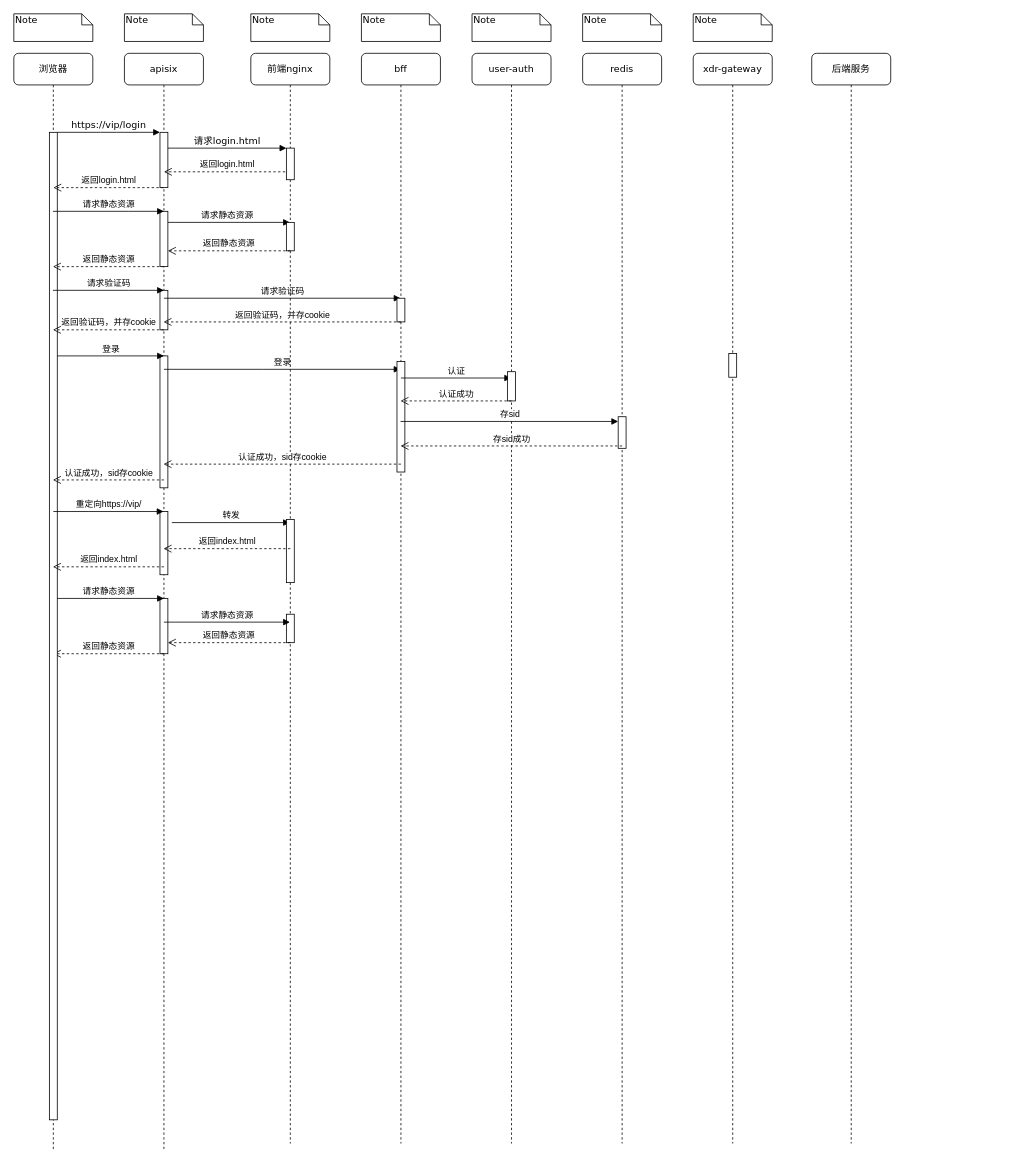
Above: sxf-front-end-optimize-publish/分布式前端调用链路.drawio in doukangtai/draw.io (draw.io), before the change. Source tidied: cells renumbered, new cells numbered last; positions are measured from the earlier drawing's top-left corner, leaving out a move shared by most shapes. Both pictures are drawn from the tidied source at 79%, with x=0, y=0 at pixel (13, 13).
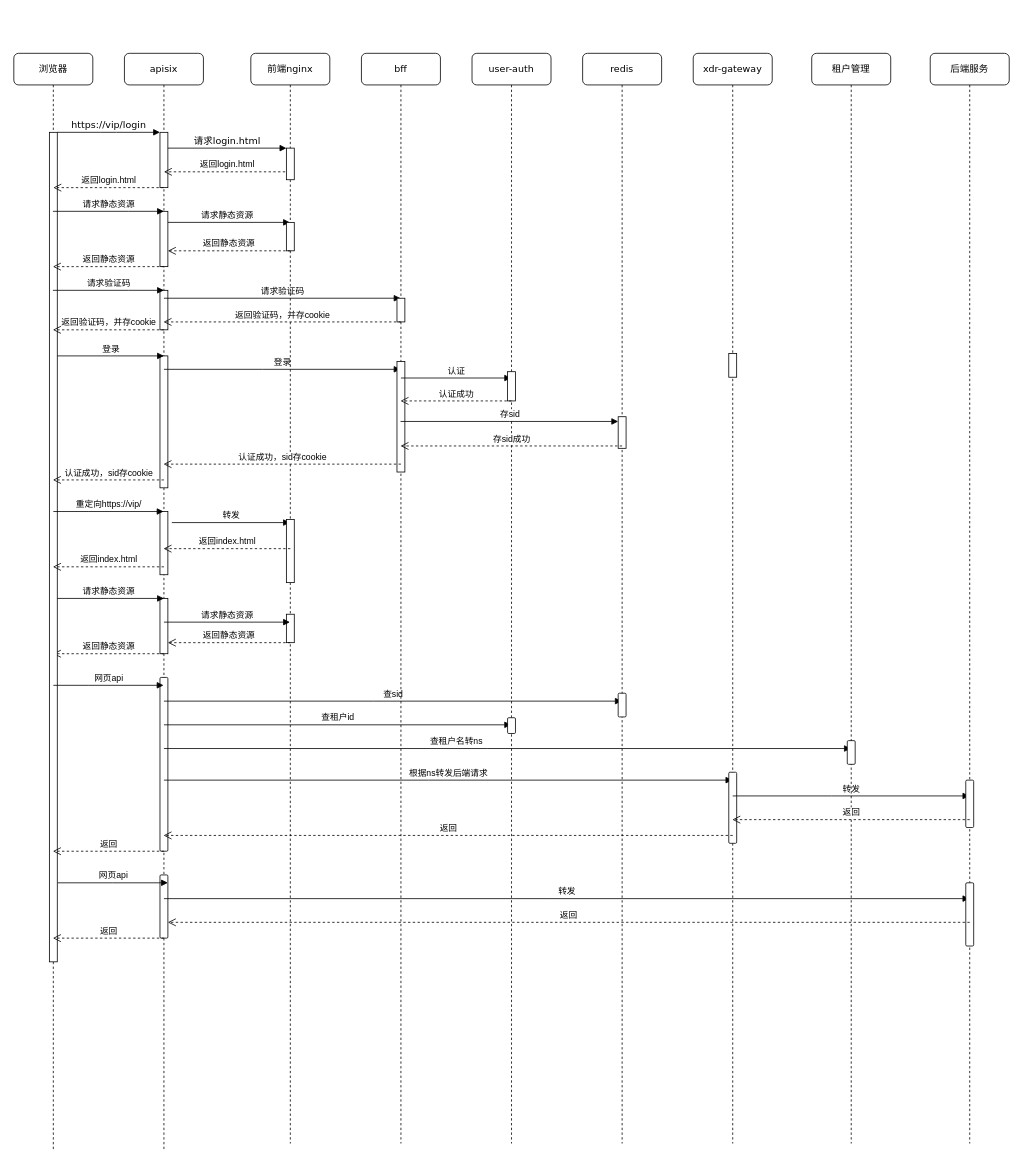
The same diagram, later.

Commit message:
V3更新分布式前端调用链路.drawio

The change refers to these unchanged cells:
```xml
<mxCell id="2" value="apisix" style="shape=umlLifeline;perimeter=lifelinePerimeter;whiteSpace=wrap;html=1;outlineConnect=0;rounded=1;shadow=0;comic=0;labelBackgroundColor=none;strokeWidth=1;fontFamily=Verdana;fontSize=12;align=center;" parent="1" vertex="1">
  <mxGeometry x="140" y="50" width="100" height="1390" as="geometry" />
</mxCell>
<mxCell id="26" value="user-auth" style="shape=umlLifeline;perimeter=lifelinePerimeter;whiteSpace=wrap;html=1;outlineConnect=0;rounded=1;shadow=0;comic=0;labelBackgroundColor=none;strokeWidth=1;fontFamily=Verdana;fontSize=12;align=center;" parent="1" vertex="1">
  <mxGeometry x="580" y="50" width="100" height="1380" as="geometry" />
</mxCell>
<mxCell id="28" value="redis" style="shape=umlLifeline;perimeter=lifelinePerimeter;whiteSpace=wrap;html=1;outlineConnect=0;rounded=1;shadow=0;comic=0;labelBackgroundColor=none;strokeWidth=1;fontFamily=Verdana;fontSize=12;align=center;" parent="1" vertex="1">
  <mxGeometry x="720" y="50" width="100" height="1380" as="geometry" />
</mxCell>
<mxCell id="30" value="xdr-gateway" style="shape=umlLifeline;perimeter=lifelinePerimeter;whiteSpace=wrap;html=1;outlineConnect=0;rounded=1;shadow=0;comic=0;labelBackgroundColor=none;strokeWidth=1;fontFamily=Verdana;fontSize=12;align=center;" parent="1" vertex="1">
  <mxGeometry x="860" y="50" width="100" height="1380" as="geometry" />
</mxCell>
<mxCell id="31" value="浏览器" style="shape=umlLifeline;perimeter=lifelinePerimeter;whiteSpace=wrap;html=1;outlineConnect=0;rounded=1;shadow=0;comic=0;labelBackgroundColor=none;strokeWidth=1;fontFamily=Verdana;fontSize=12;align=center;" parent="1" vertex="1">
  <mxGeometry y="50" width="100" height="1390" as="geometry" />
</mxCell>
```

The edit, as a diff of the source:
```diff
@@
+    <mxCell id="61" style="html=1;perimeter=orthogonalPerimeter;targetShapes=umlLifeline;newEdgeStyle={&quot;edgeStyle&quot;:&quot;elbowEdgeStyle&quot;,&quot;elbow&quot;:&quot;vertical&quot;,&quot;curved&quot;:0,&quot;rounded&quot;:0};rounded=1;" parent="2" vertex="1">
+      <mxGeometry x="45" y="790" width="10" height="220" as="geometry" />
+    </mxCell>
+    <mxCell id="62" value="查sid" style="html=1;verticalAlign=bottom;endArrow=block;edgeStyle=elbowEdgeStyle;elbow=vertical;curved=0;rounded=0;" parent="2" edge="1" target="28">
+      <mxGeometry relative="1" as="geometry">
+        <mxPoint x="50" y="820" as="sourcePoint" />
+      </mxGeometry>
+    </mxCell>
+    <mxCell id="63" value="查租户id" style="html=1;verticalAlign=bottom;endArrow=block;edgeStyle=elbowEdgeStyle;elbow=vertical;curved=0;rounded=0;" parent="2" edge="1" target="26">
+      <mxGeometry relative="1" as="geometry">
+        <mxPoint x="50" y="850" as="sourcePoint" />
+      </mxGeometry>
+    </mxCell>
+    <mxCell id="64" value="查租户名转ns" style="html=1;verticalAlign=bottom;endArrow=block;edgeStyle=elbowEdgeStyle;elbow=vertical;curved=0;rounded=0;" parent="2" edge="1" target="59">
+      <mxGeometry x="-0.15" relative="1" as="geometry">
+        <mxPoint x="50" y="880" as="sourcePoint" />
+      </mxGeometry>
+    </mxCell>
+    <mxCell id="65" value="根据ns转发后端请求" style="html=1;verticalAlign=bottom;endArrow=block;edgeStyle=elbowEdgeStyle;elbow=vertical;curved=0;rounded=0;" parent="2" edge="1" target="30">
+      <mxGeometry relative="1" as="geometry">
+        <mxPoint x="50" y="920" as="sourcePoint" />
+      </mxGeometry>
+    </mxCell>
+    <mxCell id="66" style="html=1;points=[];perimeter=orthogonalPerimeter;outlineConnect=0;targetShapes=umlLifeline;portConstraint=eastwest;newEdgeStyle={&quot;edgeStyle&quot;:&quot;elbowEdgeStyle&quot;,&quot;elbow&quot;:&quot;vertical&quot;,&quot;curved&quot;:0,&quot;rounded&quot;:0};rounded=1;" parent="2" vertex="1">
+      <mxGeometry x="45" y="1040" width="10" height="80" as="geometry" />
+    </mxCell>
+    <mxCell id="67" value="网页api" style="html=1;verticalAlign=bottom;endArrow=block;edgeStyle=elbowEdgeStyle;elbow=vertical;curved=0;rounded=0;" parent="2" edge="1">
+      <mxGeometry relative="1" as="geometry">
+        <mxPoint x="-84.5" y="1050" as="sourcePoint" />
+        <mxPoint x="55" y="1050" as="targetPoint" />
+      </mxGeometry>
+    </mxCell>
+    <mxCell id="68" value="转发" style="html=1;verticalAlign=bottom;endArrow=block;edgeStyle=elbowEdgeStyle;elbow=vertical;curved=0;rounded=0;" parent="2" edge="1" target="75">
+      <mxGeometry relative="1" as="geometry">
+        <mxPoint x="50" y="1070" as="sourcePoint" />
+      </mxGeometry>
+    </mxCell>
@@
+    <mxCell id="69" style="html=1;perimeter=orthogonalPerimeter;targetShapes=umlLifeline;newEdgeStyle={&quot;edgeStyle&quot;:&quot;elbowEdgeStyle&quot;,&quot;elbow&quot;:&quot;vertical&quot;,&quot;curved&quot;:0,&quot;rounded&quot;:0};rounded=1;" parent="26" vertex="1">
+      <mxGeometry x="45" y="841" width="10" height="20" as="geometry" />
+    </mxCell>
@@
+    <mxCell id="70" style="html=1;perimeter=orthogonalPerimeter;targetShapes=umlLifeline;newEdgeStyle={&quot;edgeStyle&quot;:&quot;elbowEdgeStyle&quot;,&quot;elbow&quot;:&quot;vertical&quot;,&quot;curved&quot;:0,&quot;rounded&quot;:0};rounded=1;" parent="28" vertex="1">
+      <mxGeometry x="45" y="810" width="10" height="30" as="geometry" />
+    </mxCell>
@@
+    <mxCell id="71" style="html=1;perimeter=orthogonalPerimeter;targetShapes=umlLifeline;newEdgeStyle={&quot;edgeStyle&quot;:&quot;elbowEdgeStyle&quot;,&quot;elbow&quot;:&quot;vertical&quot;,&quot;curved&quot;:0,&quot;rounded&quot;:0};rounded=1;" parent="30" vertex="1">
+      <mxGeometry x="45" y="910" width="10" height="90" as="geometry" />
+    </mxCell>
+    <mxCell id="72" value="转发" style="html=1;verticalAlign=bottom;endArrow=block;edgeStyle=elbowEdgeStyle;elbow=vertical;curved=0;rounded=0;" parent="30" edge="1" target="75">
+      <mxGeometry relative="1" as="geometry">
+        <mxPoint x="50" y="940" as="sourcePoint" />
+      </mxGeometry>
+    </mxCell>
@@
     <mxCell id="32" style="html=1;points=[];perimeter=orthogonalPerimeter;rounded=0;shadow=0;comic=0;labelBackgroundColor=none;strokeWidth=1;fontFamily=Verdana;fontSize=12;align=center;" parent="31" vertex="1">
-      <mxGeometry x="45" y="100" width="10" height="1250" as="geometry" />
+      <mxGeometry x="45" y="100" width="10" height="1050" as="geometry" />
     </mxCell>
@@
+    <mxCell id="73" value="网页api" style="html=1;verticalAlign=bottom;endArrow=block;edgeStyle=elbowEdgeStyle;elbow=vertical;curved=0;rounded=0;" parent="31" edge="1" target="2">
+      <mxGeometry relative="1" as="geometry">
+        <mxPoint x="50" y="800" as="sourcePoint" />
+      </mxGeometry>
+    </mxCell>
@@
-    <mxCell id="38" value="Note" style="shape=note;whiteSpace=wrap;html=1;size=14;verticalAlign=top;align=left;spacingTop=-6;rounded=0;shadow=0;comic=0;labelBackgroundColor=none;strokeWidth=1;fontFamily=Verdana;fontSize=12;" parent="1" vertex="1">
-      <mxGeometry width="100" height="35" as="geometry" />
-    </mxCell>
-    <mxCell id="39" value="Note" style="shape=note;whiteSpace=wrap;html=1;size=14;verticalAlign=top;align=left;spacingTop=-6;rounded=0;shadow=0;comic=0;labelBackgroundColor=none;strokeWidth=1;fontFamily=Verdana;fontSize=12;" parent="1" vertex="1">
-      <mxGeometry x="140" width="100" height="35" as="geometry" />
-    </mxCell>
-    <mxCell id="40" value="Note" style="shape=note;whiteSpace=wrap;html=1;size=14;verticalAlign=top;align=left;spacingTop=-6;rounded=0;shadow=0;comic=0;labelBackgroundColor=none;strokeWidth=1;fontFamily=Verdana;fontSize=12;" parent="1" vertex="1">
-      <mxGeometry x="300" width="100" height="35" as="geometry" />
-    </mxCell>
-    <mxCell id="41" value="Note" style="shape=note;whiteSpace=wrap;html=1;size=14;verticalAlign=top;align=left;spacingTop=-6;rounded=0;shadow=0;comic=0;labelBackgroundColor=none;strokeWidth=1;fontFamily=Verdana;fontSize=12;" parent="1" vertex="1">
-      <mxGeometry x="440" width="100" height="35" as="geometry" />
-    </mxCell>
-    <mxCell id="42" value="Note" style="shape=note;whiteSpace=wrap;html=1;size=14;verticalAlign=top;align=left;spacingTop=-6;rounded=0;shadow=0;comic=0;labelBackgroundColor=none;strokeWidth=1;fontFamily=Verdana;fontSize=12;" parent="1" vertex="1">
-      <mxGeometry x="580" width="100" height="35" as="geometry" />
-    </mxCell>
-    <mxCell id="43" value="Note" style="shape=note;whiteSpace=wrap;html=1;size=14;verticalAlign=top;align=left;spacingTop=-6;rounded=0;shadow=0;comic=0;labelBackgroundColor=none;strokeWidth=1;fontFamily=Verdana;fontSize=12;" parent="1" vertex="1">
-      <mxGeometry x="720" width="100" height="35" as="geometry" />
-    </mxCell>
-    <mxCell id="44" value="Note" style="shape=note;whiteSpace=wrap;html=1;size=14;verticalAlign=top;align=left;spacingTop=-6;rounded=0;shadow=0;comic=0;labelBackgroundColor=none;strokeWidth=1;fontFamily=Verdana;fontSize=12;" parent="1" vertex="1">
-      <mxGeometry x="860" width="100" height="35" as="geometry" />
-    </mxCell>
@@
-    <mxCell id="59" value="后端服务" style="shape=umlLifeline;perimeter=lifelinePerimeter;whiteSpace=wrap;html=1;outlineConnect=0;portConstraint=eastwest;newEdgeStyle={&quot;edgeStyle&quot;:&quot;elbowEdgeStyle&quot;,&quot;elbow&quot;:&quot;vertical&quot;,&quot;curved&quot;:0,&quot;rounded&quot;:0};rounded=1;" parent="1" vertex="1">
+    <mxCell id="59" value="租户管理" style="shape=umlLifeline;perimeter=lifelinePerimeter;whiteSpace=wrap;html=1;outlineConnect=0;portConstraint=eastwest;newEdgeStyle={&quot;edgeStyle&quot;:&quot;elbowEdgeStyle&quot;,&quot;elbow&quot;:&quot;vertical&quot;,&quot;curved&quot;:0,&quot;rounded&quot;:0};rounded=1;" parent="1" vertex="1">
       <mxGeometry x="1010" y="50" width="100" height="1380" as="geometry" />
     </mxCell>
+    <mxCell id="74" style="html=1;perimeter=orthogonalPerimeter;targetShapes=umlLifeline;newEdgeStyle={&quot;edgeStyle&quot;:&quot;elbowEdgeStyle&quot;,&quot;elbow&quot;:&quot;vertical&quot;,&quot;curved&quot;:0,&quot;rounded&quot;:0};rounded=1;" parent="59" vertex="1">
+      <mxGeometry x="45" y="870" width="10" height="30" as="geometry" />
+    </mxCell>
@@
+    <mxCell id="75" value="后端服务" style="shape=umlLifeline;perimeter=lifelinePerimeter;whiteSpace=wrap;html=1;outlineConnect=0;portConstraint=eastwest;newEdgeStyle={&quot;edgeStyle&quot;:&quot;elbowEdgeStyle&quot;,&quot;elbow&quot;:&quot;vertical&quot;,&quot;curved&quot;:0,&quot;rounded&quot;:0};rounded=1;" parent="1" vertex="1">
+      <mxGeometry x="1160" y="50" width="100" height="1380" as="geometry" />
+    </mxCell>
+    <mxCell id="76" style="html=1;perimeter=orthogonalPerimeter;targetShapes=umlLifeline;newEdgeStyle={&quot;edgeStyle&quot;:&quot;elbowEdgeStyle&quot;,&quot;elbow&quot;:&quot;vertical&quot;,&quot;curved&quot;:0,&quot;rounded&quot;:0};rounded=1;" parent="75" vertex="1">
+      <mxGeometry x="45" y="920" width="10" height="60" as="geometry" />
+    </mxCell>
+    <mxCell id="77" style="html=1;perimeter=orthogonalPerimeter;targetShapes=umlLifeline;newEdgeStyle={&quot;edgeStyle&quot;:&quot;elbowEdgeStyle&quot;,&quot;elbow&quot;:&quot;vertical&quot;,&quot;curved&quot;:0,&quot;rounded&quot;:0};rounded=1;" parent="75" vertex="1">
+      <mxGeometry x="45" y="1050" width="10" height="80" as="geometry" />
+    </mxCell>
+    <mxCell id="78" value="返回" style="html=1;verticalAlign=bottom;endArrow=open;dashed=1;endSize=8;edgeStyle=elbowEdgeStyle;elbow=vertical;curved=0;rounded=0;" parent="1" edge="1" target="30">
+      <mxGeometry relative="1" as="geometry">
+        <mxPoint x="1210" y="1020" as="sourcePoint" />
+      </mxGeometry>
+    </mxCell>
+    <mxCell id="79" value="返回" style="html=1;verticalAlign=bottom;endArrow=open;dashed=1;endSize=8;edgeStyle=elbowEdgeStyle;elbow=vertical;curved=0;rounded=0;" parent="1" edge="1" target="2">
+      <mxGeometry relative="1" as="geometry">
+        <mxPoint x="910" y="1040" as="sourcePoint" />
+      </mxGeometry>
+    </mxCell>
+    <mxCell id="80" value="返回" style="html=1;verticalAlign=bottom;endArrow=open;dashed=1;endSize=8;edgeStyle=elbowEdgeStyle;elbow=vertical;curved=0;rounded=0;" parent="1" edge="1" target="31">
+      <mxGeometry relative="1" as="geometry">
+        <mxPoint x="190" y="1060" as="sourcePoint" />
+      </mxGeometry>
+    </mxCell>
+    <mxCell id="81" value="返回" style="html=1;verticalAlign=bottom;endArrow=open;dashed=1;endSize=8;edgeStyle=elbowEdgeStyle;elbow=vertical;curved=0;rounded=0;" parent="1" edge="1" target="66">
+      <mxGeometry relative="1" as="geometry">
+        <mxPoint x="1210" y="1150" as="sourcePoint" />
+      </mxGeometry>
+    </mxCell>
+    <mxCell id="82" value="返回" style="html=1;verticalAlign=bottom;endArrow=open;dashed=1;endSize=8;edgeStyle=elbowEdgeStyle;elbow=vertical;curved=0;rounded=0;" parent="1" edge="1" target="31">
+      <mxGeometry relative="1" as="geometry">
+        <mxPoint x="190" y="1170" as="sourcePoint" />
+      </mxGeometry>
+    </mxCell>
```
